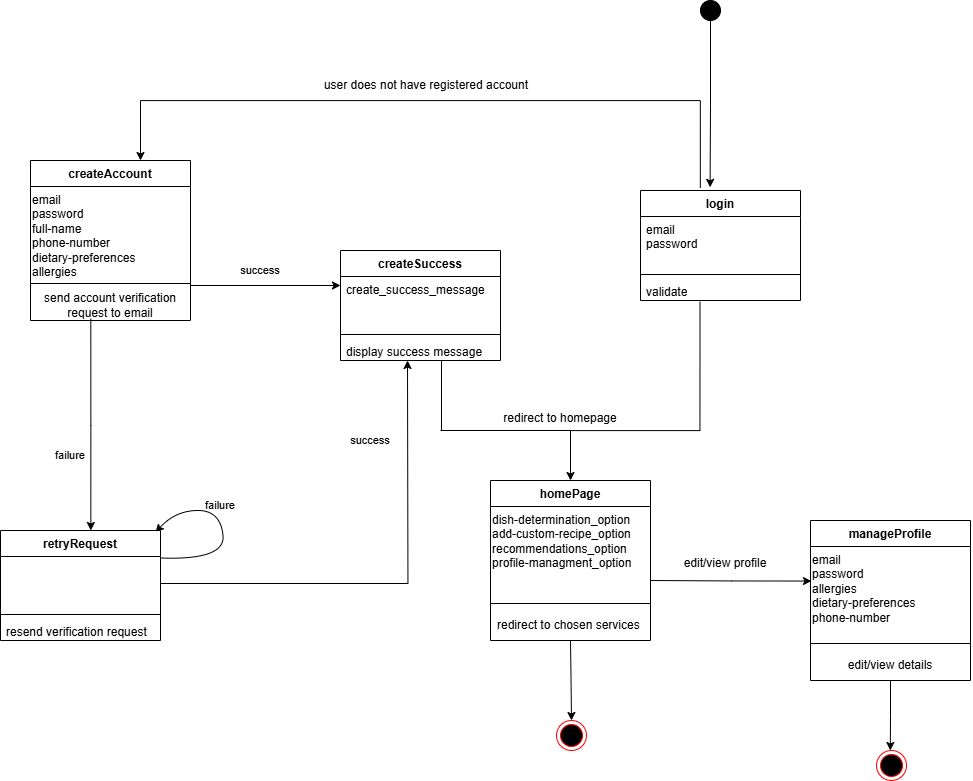
The draw.io diagram image/D3_state_diagrams/account_management.png in tasnint/3A04-Project, before a commit. Source tidied: cells renumbered, new cells last; positions are measured from the earlier drawing's top-left corner, leaving out a move shared by most shapes. The source it was exported from:
```xml
<mxGraphModel>
  <root>
    <mxCell id="0" />
    <mxCell id="1" parent="0" />
    <mxCell id="2" style="edgeStyle=orthogonalEdgeStyle;rounded=0;orthogonalLoop=1;jettySize=auto;html=1;exitX=1;exitY=0.5;exitDx=0;exitDy=0;" parent="1" edge="1">
      <mxGeometry relative="1" as="geometry">
        <mxPoint x="190" y="285" as="sourcePoint" />
        <mxPoint x="340" y="285" as="targetPoint" />
      </mxGeometry>
    </mxCell>
    <mxCell id="3" style="edgeStyle=orthogonalEdgeStyle;rounded=0;jettySize=auto;html=1;exitX=0.377;exitY=0.942;exitDx=0;exitDy=0;exitPerimeter=0;" parent="1" edge="1" source="35">
      <mxGeometry relative="1" as="geometry">
        <mxPoint x="90.3" y="530" as="targetPoint" />
      </mxGeometry>
    </mxCell>
    <mxCell id="4" style="ellipse;whiteSpace=wrap;html=1;fillColor=#000000;" parent="1" vertex="1">
      <mxGeometry x="700" width="20" height="20" as="geometry" />
    </mxCell>
    <mxCell id="5" value="&lt;font style=&quot;font-size: 11px;&quot;&gt;success&lt;/font&gt;" style="text;html=1;align=center;verticalAlign=middle;whiteSpace=wrap;rounded=0;" parent="1" vertex="1">
      <mxGeometry x="230" y="255" width="60" height="30" as="geometry" />
    </mxCell>
    <mxCell id="6" value="&lt;font style=&quot;font-size: 11px;&quot;&gt;failure&lt;/font&gt;" style="text;html=1;align=center;verticalAlign=middle;whiteSpace=wrap;rounded=0;" parent="1" vertex="1">
      <mxGeometry x="40" y="440" width="60" height="30" as="geometry" />
    </mxCell>
    <mxCell id="7" style="edgeStyle=orthogonalEdgeStyle;rounded=0;jettySize=auto;html=1;exitX=0.374;exitY=-0.023;exitDx=0;exitDy=0;entryX=0.75;entryY=0;entryDx=0;entryDy=0;exitPerimeter=0;" parent="1" edge="1" source="24">
      <mxGeometry relative="1" as="geometry">
        <mxPoint x="140" y="160" as="targetPoint" />
        <Array as="points">
          <mxPoint x="700" y="100" />
          <mxPoint x="140" y="100" />
        </Array>
      </mxGeometry>
    </mxCell>
    <mxCell id="8" style="edgeStyle=orthogonalEdgeStyle;rounded=0;jettySize=auto;html=1;exitX=0.372;exitY=1.057;exitDx=0;exitDy=0;exitPerimeter=0;" parent="1" edge="1" source="27">
      <mxGeometry relative="1" as="geometry">
        <mxPoint x="570" y="480" as="targetPoint" />
        <Array as="points">
          <mxPoint x="700" y="430" />
          <mxPoint x="570" y="430" />
        </Array>
      </mxGeometry>
    </mxCell>
    <mxCell id="9" value="user does not have registered account" style="text;html=1;align=center;verticalAlign=middle;whiteSpace=wrap;rounded=0;" parent="1" vertex="1">
      <mxGeometry x="296" y="70" width="260" height="30" as="geometry" />
    </mxCell>
    <mxCell id="10" style="curved=1;endArrow=classic;html=1;rounded=0;entryX=0.875;entryY=0.01;entryDx=0;entryDy=0;entryPerimeter=0;exitX=0.994;exitY=0.027;exitDx=0;exitDy=0;exitPerimeter=0;" parent="1" edge="1" source="37">
      <mxGeometry relative="1" as="geometry">
        <mxPoint x="155" y="531.8" as="targetPoint" />
        <Array as="points">
          <mxPoint x="225" y="560" />
          <mxPoint x="220" y="510" />
          <mxPoint x="175" y="510" />
        </Array>
      </mxGeometry>
    </mxCell>
    <mxCell id="11" value="&lt;font style=&quot;font-size: 11px;&quot;&gt;failure&lt;/font&gt;" style="text;html=1;align=center;verticalAlign=middle;whiteSpace=wrap;rounded=0;" parent="1" vertex="1">
      <mxGeometry x="190" y="490" width="60" height="30" as="geometry" />
    </mxCell>
    <mxCell id="12" style="edgeStyle=orthogonalEdgeStyle;rounded=0;jettySize=auto;html=1;exitX=1;exitY=0.5;exitDx=0;exitDy=0;" parent="1" edge="1" source="37">
      <mxGeometry relative="1" as="geometry">
        <mxPoint x="407" y="360" as="targetPoint" />
      </mxGeometry>
    </mxCell>
    <mxCell id="13" value="&lt;font style=&quot;font-size: 11px;&quot;&gt;success&lt;/font&gt;" style="text;html=1;align=center;verticalAlign=middle;whiteSpace=wrap;rounded=0;" parent="1" vertex="1">
      <mxGeometry x="340" y="425" width="60" height="30" as="geometry" />
    </mxCell>
    <mxCell id="14" style="endArrow=none;html=1;rounded=0;" parent="1" edge="1">
      <mxGeometry relative="1" as="geometry">
        <mxPoint x="441" y="430" as="sourcePoint" />
        <mxPoint x="441" y="360" as="targetPoint" />
      </mxGeometry>
    </mxCell>
    <mxCell id="15" style="endArrow=none;html=1;rounded=0;" parent="1" edge="1">
      <mxGeometry relative="1" as="geometry">
        <mxPoint x="440" y="430" as="sourcePoint" />
        <mxPoint x="570" y="430" as="targetPoint" />
      </mxGeometry>
    </mxCell>
    <mxCell id="16" value="redirect to homepage" style="text;html=1;align=center;verticalAlign=middle;whiteSpace=wrap;rounded=0;" parent="1" vertex="1">
      <mxGeometry x="490" y="403" width="140" height="30" as="geometry" />
    </mxCell>
    <mxCell id="17" style="edgeStyle=orthogonalEdgeStyle;rounded=0;jettySize=auto;html=1;entryX=0.5;entryY=0;entryDx=0;entryDy=0;" parent="1" edge="1" target="18">
      <mxGeometry relative="1" as="geometry">
        <mxPoint x="570" y="640" as="sourcePoint" />
      </mxGeometry>
    </mxCell>
    <mxCell id="18" style="ellipse;html=1;shape=endState;fillColor=#000000;strokeColor=#ff0000;" parent="1" vertex="1">
      <mxGeometry x="556" y="720" width="30" height="30" as="geometry" />
    </mxCell>
    <mxCell id="19" style="edgeStyle=orthogonalEdgeStyle;rounded=0;jettySize=auto;html=1;exitX=0.5;exitY=1;exitDx=0;exitDy=0;" parent="1" edge="1" source="47">
      <mxGeometry relative="1" as="geometry">
        <mxPoint x="889.8" y="750" as="targetPoint" />
      </mxGeometry>
    </mxCell>
    <mxCell id="20" style="edgeStyle=orthogonalEdgeStyle;rounded=0;orthogonalLoop=1;jettySize=auto;html=1;exitX=1;exitY=0.5;exitDx=0;exitDy=0;entryX=0.006;entryY=0.584;entryDx=0;entryDy=0;entryPerimeter=0;" parent="1" edge="1">
      <mxGeometry relative="1" as="geometry">
        <mxPoint x="650" y="580" as="sourcePoint" />
        <mxPoint x="811" y="580.6" as="targetPoint" />
      </mxGeometry>
    </mxCell>
    <mxCell id="21" value="edit/view profile" style="text;html=1;align=center;verticalAlign=middle;whiteSpace=wrap;rounded=0;" parent="1" vertex="1">
      <mxGeometry x="675" y="547.5" width="100" height="30" as="geometry" />
    </mxCell>
    <mxCell id="22" style="ellipse;html=1;shape=endState;fillColor=#000000;strokeColor=#ff0000;" parent="1" vertex="1">
      <mxGeometry x="876" y="750" width="30" height="30" as="geometry" />
    </mxCell>
    <mxCell id="23" style="edgeStyle=orthogonalEdgeStyle;rounded=0;jettySize=auto;html=1;exitX=0.5;exitY=1;exitDx=0;exitDy=0;entryX=0.435;entryY=-0.029;entryDx=0;entryDy=0;entryPerimeter=0;" parent="1" edge="1" source="4" target="24">
      <mxGeometry relative="1" as="geometry" />
    </mxCell>
    <mxCell id="24" value="login" style="swimlane;fontStyle=1;align=center;verticalAlign=top;horizontal=1;startSize=26;whiteSpace=wrap;html=1;" parent="1" vertex="1">
      <mxGeometry x="640" y="190" width="160" height="110" as="geometry" />
    </mxCell>
    <mxCell id="25" value="email&lt;div&gt;password&lt;/div&gt;" style="text;strokeColor=none;fillColor=none;align=left;verticalAlign=top;spacingLeft=4;spacingRight=4;overflow=hidden;whiteSpace=wrap;html=1;" parent="24" vertex="1">
      <mxGeometry y="26" width="160" height="54" as="geometry" />
    </mxCell>
    <mxCell id="26" style="line;strokeWidth=1;fillColor=none;align=left;verticalAlign=middle;spacingTop=-1;spacingLeft=3;spacingRight=3;labelPosition=right;strokeColor=inherit;" parent="24" vertex="1">
      <mxGeometry y="80" width="160" height="8" as="geometry" />
    </mxCell>
    <mxCell id="27" value="validate" style="text;strokeColor=none;fillColor=none;align=left;verticalAlign=top;spacingLeft=4;spacingRight=4;overflow=hidden;points=[[0,0.5],[1,0.5]];portConstraint=eastwest;whiteSpace=wrap;html=1;" parent="24" vertex="1">
      <mxGeometry y="88" width="160" height="22" as="geometry" />
    </mxCell>
    <mxCell id="28" value="createSuccess" style="swimlane;fontStyle=1;align=center;verticalAlign=top;horizontal=1;startSize=26;whiteSpace=wrap;html=1;" parent="1" vertex="1">
      <mxGeometry x="340" y="250" width="160" height="110" as="geometry" />
    </mxCell>
    <mxCell id="29" value="&lt;span style=&quot;text-align: center;&quot;&gt;create_success_message&lt;/span&gt;" style="text;strokeColor=none;fillColor=none;align=left;verticalAlign=top;spacingLeft=4;spacingRight=4;overflow=hidden;whiteSpace=wrap;html=1;" parent="28" vertex="1">
      <mxGeometry y="26" width="160" height="54" as="geometry" />
    </mxCell>
    <mxCell id="30" style="line;strokeWidth=1;fillColor=none;align=left;verticalAlign=middle;spacingTop=-1;spacingLeft=3;spacingRight=3;labelPosition=right;strokeColor=inherit;" parent="28" vertex="1">
      <mxGeometry y="80" width="160" height="8" as="geometry" />
    </mxCell>
    <mxCell id="31" value="&lt;span style=&quot;text-align: center;&quot;&gt;display success message&lt;/span&gt;" style="text;strokeColor=none;fillColor=none;align=left;verticalAlign=top;spacingLeft=4;spacingRight=4;overflow=hidden;whiteSpace=wrap;html=1;" parent="28" vertex="1">
      <mxGeometry y="88" width="160" height="22" as="geometry" />
    </mxCell>
    <mxCell id="32" value="&lt;b&gt;createAccount&lt;/b&gt;" style="swimlane;fontStyle=1;align=center;verticalAlign=top;horizontal=1;startSize=26;whiteSpace=wrap;html=1;" parent="1" vertex="1">
      <mxGeometry x="30" y="160" width="160" height="160" as="geometry" />
    </mxCell>
    <mxCell id="33" style="endArrow=none;html=1;rounded=0;exitX=0;exitY=0.75;exitDx=0;exitDy=0;entryX=1;entryY=0.75;entryDx=0;entryDy=0;" parent="32" edge="1">
      <mxGeometry relative="1" as="geometry">
        <mxPoint y="123" as="sourcePoint" />
        <mxPoint x="160" y="123" as="targetPoint" />
      </mxGeometry>
    </mxCell>
    <mxCell id="34" value="email&lt;div&gt;password&lt;/div&gt;&lt;div&gt;full-name&lt;/div&gt;&lt;div&gt;phone-number&lt;/div&gt;&lt;div&gt;dietary-preferences&lt;/div&gt;&lt;div&gt;allergies&lt;/div&gt;" style="text;whiteSpace=wrap;html=1;" parent="32" vertex="1">
      <mxGeometry y="26" width="160" height="104" as="geometry" />
    </mxCell>
    <mxCell id="35" value="send account verification request to email" style="text;html=1;align=center;verticalAlign=middle;whiteSpace=wrap;rounded=0;" parent="32" vertex="1">
      <mxGeometry y="130" width="160" height="30" as="geometry" />
    </mxCell>
    <mxCell id="36" value="retryRequest" style="swimlane;fontStyle=1;align=center;verticalAlign=top;horizontal=1;startSize=26;whiteSpace=wrap;html=1;" parent="1" vertex="1">
      <mxGeometry y="530" width="160" height="110" as="geometry" />
    </mxCell>
    <mxCell id="37" value="&lt;div style=&quot;text-align: center;&quot;&gt;&lt;span style=&quot;background-color: transparent; color: light-dark(rgb(0, 0, 0), rgb(255, 255, 255));&quot;&gt;&amp;nbsp;&amp;nbsp;&lt;/span&gt;&lt;/div&gt;" style="text;strokeColor=none;fillColor=none;align=left;verticalAlign=top;spacingLeft=4;spacingRight=4;overflow=hidden;points=[[0,0.5],[1,0.5]];portConstraint=eastwest;whiteSpace=wrap;html=1;" parent="36" vertex="1">
      <mxGeometry y="26" width="160" height="54" as="geometry" />
    </mxCell>
    <mxCell id="38" style="line;strokeWidth=1;fillColor=none;align=left;verticalAlign=middle;spacingTop=-1;spacingLeft=3;spacingRight=3;labelPosition=right;strokeColor=inherit;" parent="36" vertex="1">
      <mxGeometry y="80" width="160" height="8" as="geometry" />
    </mxCell>
    <mxCell id="39" value="&lt;span style=&quot;text-align: center;&quot;&gt;resend verification request&lt;/span&gt;" style="text;strokeColor=none;fillColor=none;align=left;verticalAlign=top;spacingLeft=4;spacingRight=4;overflow=hidden;whiteSpace=wrap;html=1;" parent="36" vertex="1">
      <mxGeometry y="88" width="160" height="22" as="geometry" />
    </mxCell>
    <mxCell id="40" value="&lt;b&gt;homePage&lt;/b&gt;" style="swimlane;fontStyle=1;align=center;verticalAlign=top;horizontal=1;startSize=26;whiteSpace=wrap;html=1;" parent="1" vertex="1">
      <mxGeometry x="490" y="480" width="160" height="160" as="geometry" />
    </mxCell>
    <mxCell id="41" style="endArrow=none;html=1;rounded=0;exitX=0;exitY=0.75;exitDx=0;exitDy=0;entryX=1;entryY=0.75;entryDx=0;entryDy=0;" parent="40" edge="1">
      <mxGeometry relative="1" as="geometry">
        <mxPoint y="123" as="sourcePoint" />
        <mxPoint x="160" y="123" as="targetPoint" />
      </mxGeometry>
    </mxCell>
    <mxCell id="42" value="dish-determination_option&lt;div&gt;add-custom-recipe_option&lt;/div&gt;&lt;div&gt;recommendations_option&lt;/div&gt;&lt;div&gt;profile-managment_option&lt;/div&gt;" style="text;whiteSpace=wrap;html=1;" parent="40" vertex="1">
      <mxGeometry y="26" width="160" height="104" as="geometry" />
    </mxCell>
    <mxCell id="43" value="redirect to chosen services&amp;nbsp;" style="text;html=1;align=center;verticalAlign=middle;whiteSpace=wrap;rounded=0;" parent="40" vertex="1">
      <mxGeometry y="130" width="160" height="30" as="geometry" />
    </mxCell>
    <mxCell id="44" value="manageProfile" style="swimlane;fontStyle=1;align=center;verticalAlign=top;horizontal=1;startSize=26;whiteSpace=wrap;html=1;" parent="1" vertex="1">
      <mxGeometry x="810" y="520" width="160" height="160" as="geometry" />
    </mxCell>
    <mxCell id="45" style="endArrow=none;html=1;rounded=0;exitX=0;exitY=0.75;exitDx=0;exitDy=0;entryX=1;entryY=0.75;entryDx=0;entryDy=0;" parent="44" edge="1">
      <mxGeometry relative="1" as="geometry">
        <mxPoint y="123" as="sourcePoint" />
        <mxPoint x="160" y="123" as="targetPoint" />
      </mxGeometry>
    </mxCell>
    <mxCell id="46" value="email&lt;div&gt;password&lt;/div&gt;&lt;div&gt;allergies&lt;/div&gt;&lt;div&gt;dietary-preferences&lt;/div&gt;&lt;div&gt;phone-number&lt;/div&gt;" style="text;whiteSpace=wrap;html=1;" parent="44" vertex="1">
      <mxGeometry y="26" width="160" height="104" as="geometry" />
    </mxCell>
    <mxCell id="47" value="edit/view details" style="text;html=1;align=center;verticalAlign=middle;whiteSpace=wrap;rounded=0;" parent="44" vertex="1">
      <mxGeometry y="130" width="160" height="30" as="geometry" />
    </mxCell>
  </root>
</mxGraphModel>
```
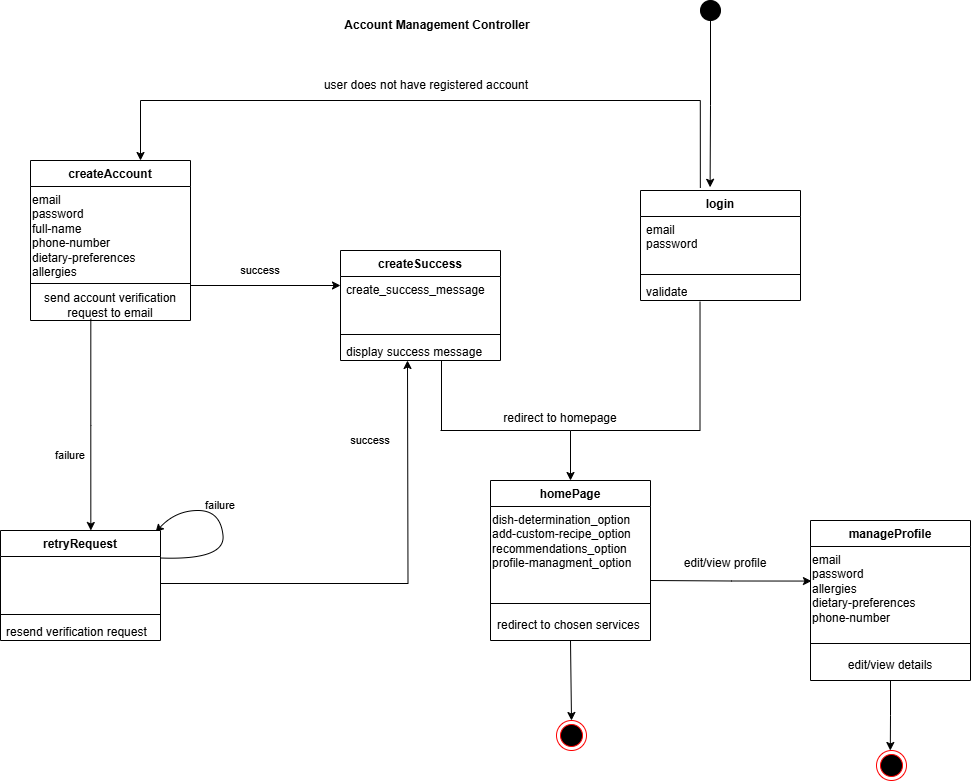
The same diagram one commit later.

Commit message:
Updated state diagram to include title

Diff of the diagram source:
```diff
@@ -188,5 +188,8 @@
     <mxCell id="47" value="edit/view details" style="text;html=1;align=center;verticalAlign=middle;whiteSpace=wrap;rounded=0;" parent="44" vertex="1">
       <mxGeometry y="130" width="160" height="30" as="geometry" />
     </mxCell>
+    <mxCell id="48" value="&lt;b&gt;Account Management Controller&lt;/b&gt;" style="text;html=1;align=center;verticalAlign=middle;whiteSpace=wrap;rounded=0;" parent="1" vertex="1">
+      <mxGeometry x="330" y="10" width="214" height="30" as="geometry" />
+    </mxCell>
   </root>
 </mxGraphModel>
```
